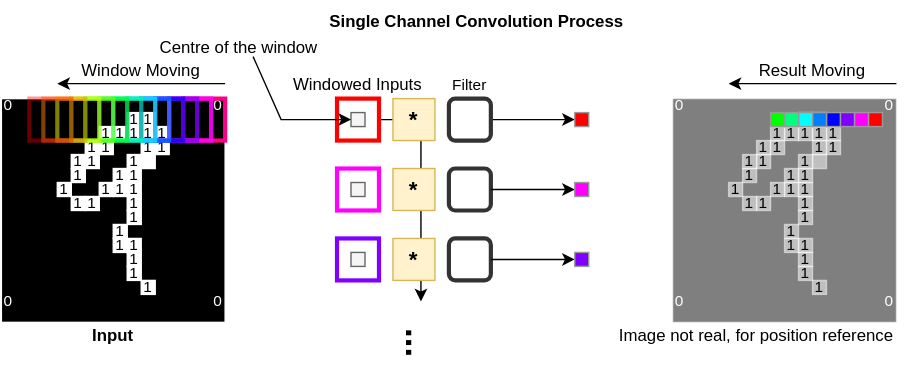
The draw.io diagram Single-channel Convolution.svg in yyhtbs-yye/course_images, before a commit. Source tidied: cells renumbered, new cells last; positions are measured from the earlier drawing's top-left corner, leaving out a move shared by most shapes.
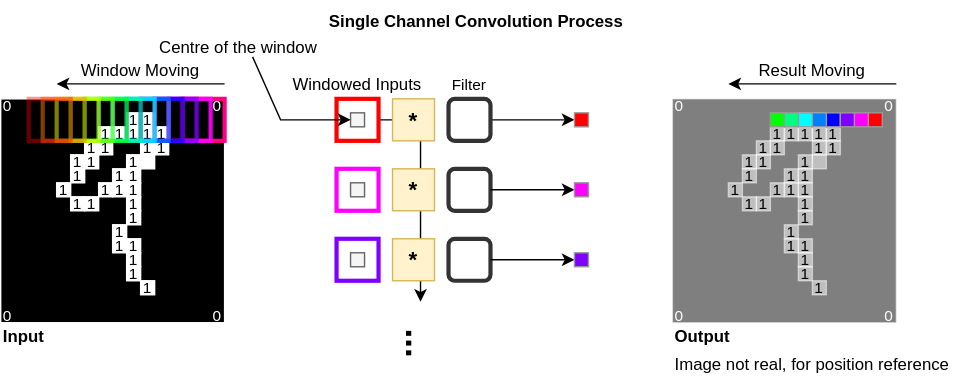
The same file after the commit.

What changed in the source:
```diff
@@ -111,10 +111,10 @@
       <mxGeometry width="10" height="10" as="geometry" />
     </mxCell>
     <mxCell id="38" value="0" style="rounded=0;whiteSpace=wrap;html=1;strokeColor=none;strokeWidth=1;fontSize=11;fontColor=#FFFFFF;fillColor=none;opacity=50;" parent="2" vertex="1">
-      <mxGeometry y="140" width="10" height="10" as="geometry" />
+      <mxGeometry y="150" width="10" height="10" as="geometry" />
     </mxCell>
     <mxCell id="39" value="0" style="rounded=0;whiteSpace=wrap;html=1;strokeColor=none;strokeWidth=1;fontSize=11;fontColor=#FFFFFF;fillColor=none;opacity=50;" parent="2" vertex="1">
-      <mxGeometry x="150" y="140" width="10" height="10" as="geometry" />
+      <mxGeometry x="150" y="150" width="10" height="10" as="geometry" />
     </mxCell>
     <mxCell id="40" style="rounded=0;whiteSpace=wrap;html=1;strokeWidth=1;fontSize=11;fillColor=#0000FF;fontColor=#333333;strokeColor=#999999;" parent="2" vertex="1">
       <mxGeometry x="110" y="10" width="10" height="10" as="geometry" />
@@ -240,10 +240,10 @@
       <mxGeometry width="10" height="10" as="geometry" />
     </mxCell>
     <mxCell id="81" value="0" style="rounded=0;whiteSpace=wrap;html=1;strokeColor=none;strokeWidth=1;fontSize=11;fontColor=#FFFFFF;fillColor=none;" parent="45" vertex="1">
-      <mxGeometry y="140" width="10" height="10" as="geometry" />
+      <mxGeometry y="150" width="10" height="10" as="geometry" />
     </mxCell>
     <mxCell id="82" value="0" style="rounded=0;whiteSpace=wrap;html=1;strokeColor=none;strokeWidth=1;fontSize=11;fontColor=#FFFFFF;fillColor=none;" parent="45" vertex="1">
-      <mxGeometry x="150" y="140" width="10" height="10" as="geometry" />
+      <mxGeometry x="150" y="150" width="10" height="10" as="geometry" />
     </mxCell>
     <mxCell id="83" style="edgeStyle=orthogonalEdgeStyle;rounded=0;jettySize=auto;html=1;fontSize=12;" parent="1" edge="1" source="84" target="121">
       <mxGeometry relative="1" as="geometry" />
@@ -361,7 +361,7 @@
       <mxGeometry x="600" y="80" width="10" height="10" as="geometry" />
     </mxCell>
     <mxCell id="120" value="Image not real, for position reference" style="text;html=1;strokeColor=none;fillColor=none;align=left;verticalAlign=middle;whiteSpace=wrap;rounded=0;fontSize=12;" parent="1" vertex="1">
-      <mxGeometry x="440" y="230" width="200" height="20" as="geometry" />
+      <mxGeometry x="480" y="250" width="200" height="20" as="geometry" />
     </mxCell>
     <mxCell id="121" value="..." style="text;html=1;strokeColor=none;fillColor=none;align=center;verticalAlign=middle;whiteSpace=wrap;rounded=0;fontSize=25;fontStyle=1;rotation=90;" parent="1" vertex="1">
       <mxGeometry x="270" y="230" width="60" height="30" as="geometry" />
@@ -395,8 +395,11 @@
     <mxCell id="127" value="Result Moving" style="text;html=1;strokeColor=none;fillColor=none;align=center;verticalAlign=middle;whiteSpace=wrap;rounded=0;fontSize=12;" parent="1" vertex="1">
       <mxGeometry x="520" y="40" width="120" height="20" as="geometry" />
     </mxCell>
-    <mxCell id="128" value="Input" style="text;html=1;strokeColor=none;fillColor=none;align=center;verticalAlign=middle;whiteSpace=wrap;rounded=0;fontSize=12;fontStyle=1;" parent="1" vertex="1">
+    <mxCell id="128" value="Input" style="text;html=1;strokeColor=none;fillColor=none;align=left;verticalAlign=middle;whiteSpace=wrap;rounded=0;fontSize=12;fontStyle=1;" parent="1" vertex="1">
       <mxGeometry y="230" width="160" height="20" as="geometry" />
     </mxCell>
+    <mxCell id="129" value="Output" style="text;html=1;strokeColor=none;fillColor=none;align=left;verticalAlign=middle;whiteSpace=wrap;rounded=0;fontSize=12;fontStyle=1;" parent="1" vertex="1">
+      <mxGeometry x="480" y="230" width="160" height="20" as="geometry" />
+    </mxCell>
   </root>
 </mxGraphModel>
```
